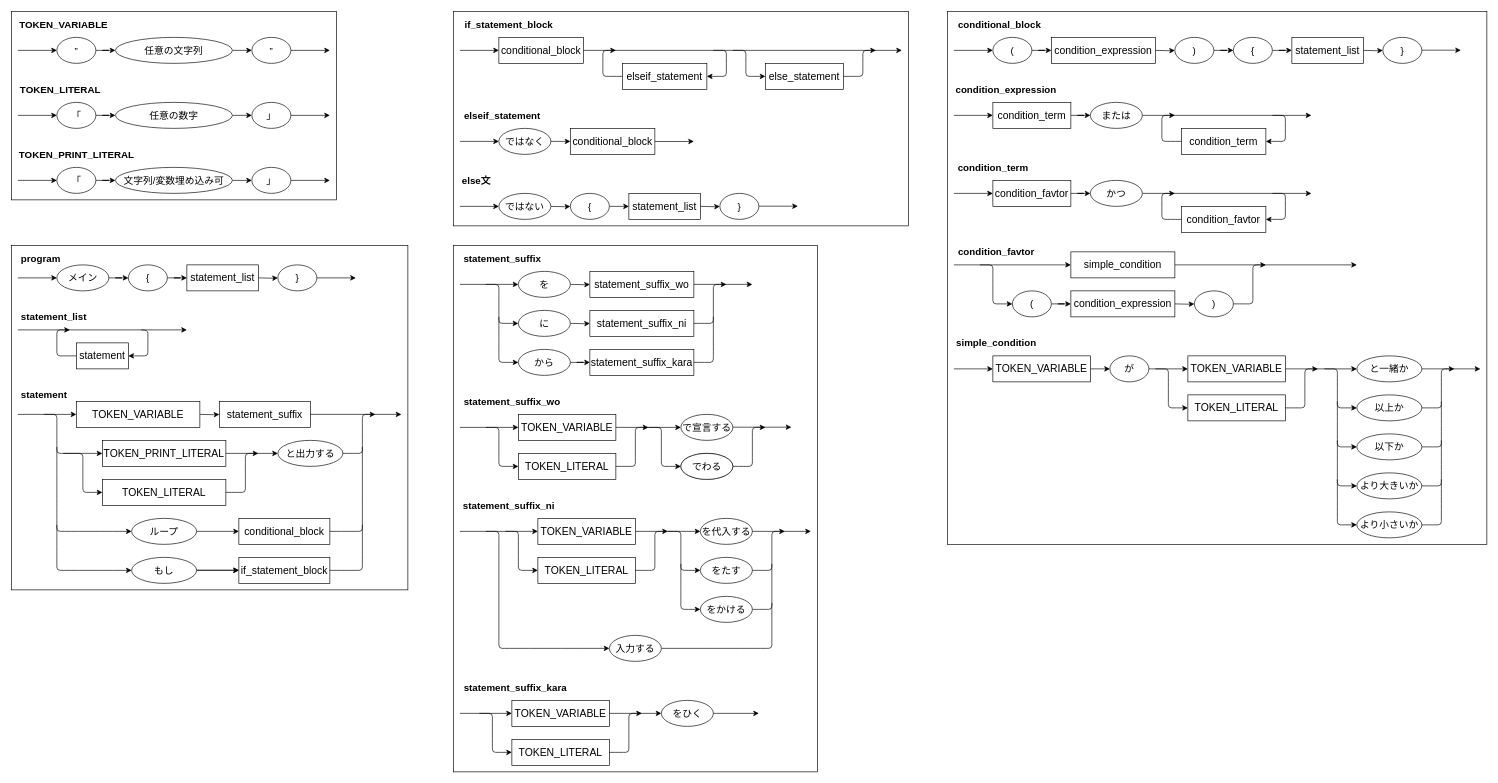
Before: docs/japanese_c_lang.drawio in NAoMi-1242/japanese_c_lang, a draw.io diagram. Source tidied: cells renumbered, new cells numbered last; positions are measured from the earlier drawing's top-left corner, leaving out a move shared by most shapes. Both pictures are drawn from the tidied source at 65%, with x=0, y=0 at pixel (11, 11).
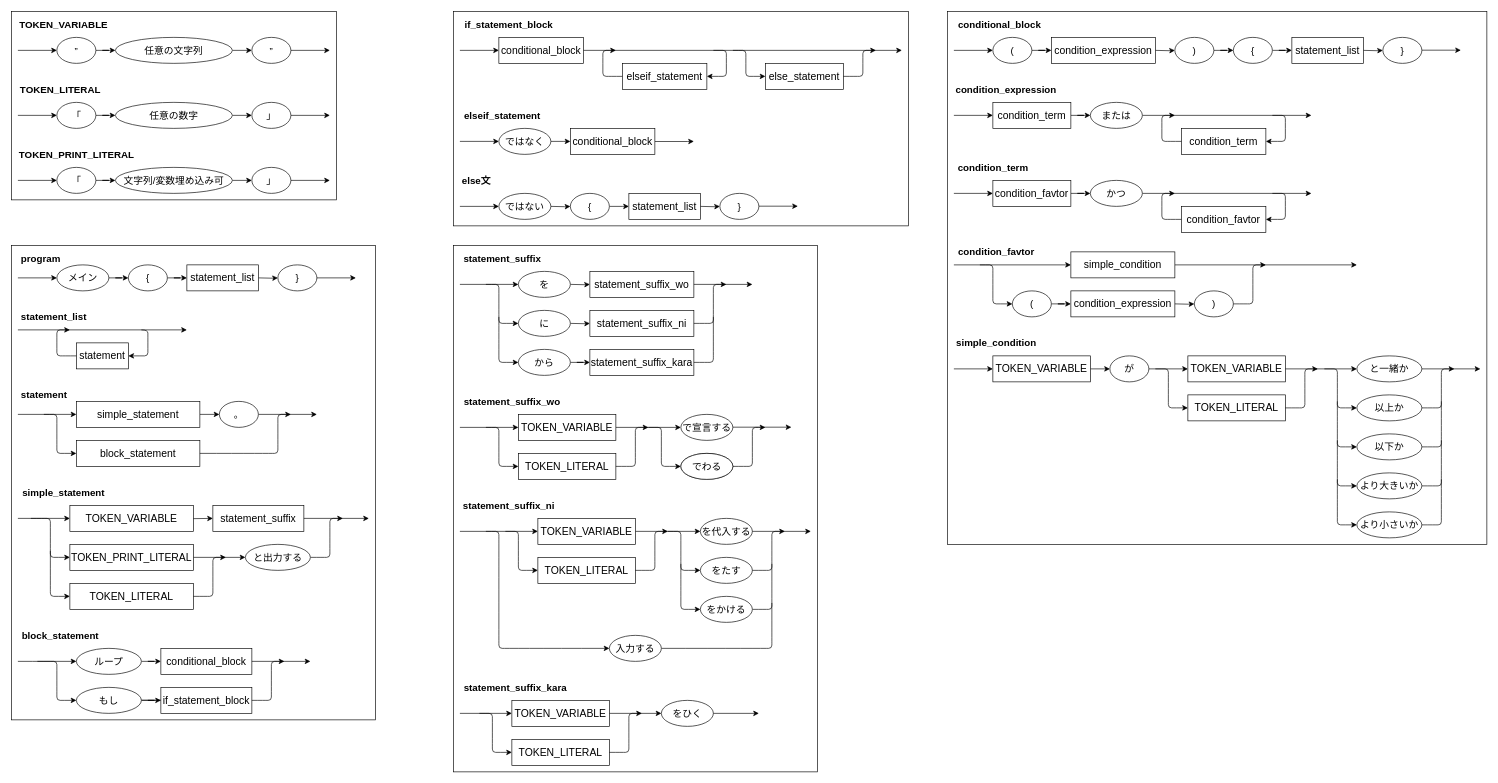
After the change.

What changed in the source:
```diff
@@
     <mxCell id="6" style="rounded=0;whiteSpace=wrap;html=1;" parent="1" vertex="1">
-      <mxGeometry y="360" width="610" height="530" as="geometry" />
+      <mxGeometry y="360" width="560" height="730" as="geometry" />
     </mxCell>
@@
-    <mxCell id="22" value="statement" style="text;strokeColor=none;fillColor=none;html=1;fontSize=15;fontStyle=1;verticalAlign=middle;align=center;" parent="1" vertex="1">
-      <mxGeometry x="10" y="580" width="80" height="20" as="geometry" />
+    <mxCell id="22" value="simple_statement" style="text;strokeColor=none;fillColor=none;html=1;fontSize=15;fontStyle=1;verticalAlign=middle;align=center;" parent="1" vertex="1">
+      <mxGeometry x="10" y="730" width="140" height="20" as="geometry" />
     </mxCell>
     <mxCell id="23" style="endArrow=classic;html=1;rounded=0;entryX=0;entryY=0.5;entryDx=0;entryDy=0;" parent="1" edge="1" target="26">
       <mxGeometry relative="1" as="geometry">
-        <mxPoint x="10" y="620" as="sourcePoint" />
+        <mxPoint x="10" y="780" as="sourcePoint" />
       </mxGeometry>
     </mxCell>
-    <mxCell id="24" style="curved=1;endArrow=classic;html=1;rounded=0;entryX=0;entryY=0.5;entryDx=0;entryDy=0;" parent="1" edge="1" target="28">
-      <mxGeometry relative="1" as="geometry">
-        <mxPoint x="50" y="620" as="sourcePoint" />
-        <Array as="points">
-          <mxPoint x="60" y="620" />
-          <mxPoint x="70" y="620" />
-          <mxPoint x="70" y="630" />
-          <mxPoint x="70" y="670" />
-          <mxPoint x="70" y="680" />
-          <mxPoint x="80" y="680" />
-        </Array>
-      </mxGeometry>
-    </mxCell>
     <mxCell id="25" style="edgeStyle=orthogonalEdgeStyle;rounded=0;jettySize=auto;html=1;" parent="1" edge="1" target="36">
       <mxGeometry relative="1" as="geometry">
-        <mxPoint x="290" y="620" as="sourcePoint" />
+        <mxPoint x="240" y="780" as="sourcePoint" />
       </mxGeometry>
     </mxCell>
     <mxCell id="26" value="TOKEN_VARIABLE" style="rounded=0;whiteSpace=wrap;html=1;fontSize=16;" parent="1" vertex="1">
-      <mxGeometry x="100" y="600" width="190" height="40" as="geometry" />
+      <mxGeometry x="90" y="760" width="190" height="40" as="geometry" />
     </mxCell>
@@
     <mxCell id="28" value="TOKEN_PRINT_LITERAL" style="rounded=0;whiteSpace=wrap;html=1;fontSize=16;" parent="1" vertex="1">
-      <mxGeometry x="140" y="660" width="190" height="40" as="geometry" />
+      <mxGeometry x="90" y="820" width="190" height="40" as="geometry" />
     </mxCell>
-    <mxCell id="29" style="edgeStyle=orthogonalEdgeStyle;rounded=0;jettySize=auto;html=1;exitX=1;exitY=0.5;exitDx=0;exitDy=0;" parent="1" edge="1" source="30" target="37">
-      <mxGeometry relative="1" as="geometry" />
-    </mxCell>
-    <mxCell id="30" value="ループ" style="ellipse;whiteSpace=wrap;html=1;fontSize=15;" parent="1" vertex="1">
-      <mxGeometry x="185" y="780" width="100" height="40" as="geometry" />
-    </mxCell>
-    <mxCell id="31" style="edgeStyle=orthogonalEdgeStyle;rounded=0;orthogonalLoop=1;jettySize=auto;html=1;exitX=1;exitY=0.5;exitDx=0;exitDy=0;" parent="1" edge="1">
-      <mxGeometry relative="1" as="geometry">
-        <mxPoint x="275" y="859.7" as="sourcePoint" />
-        <mxPoint x="350" y="859.7" as="targetPoint" />
-      </mxGeometry>
-    </mxCell>
-    <mxCell id="32" style="edgeStyle=orthogonalEdgeStyle;rounded=0;jettySize=auto;html=1;exitX=1;exitY=0.5;exitDx=0;exitDy=0;" parent="1" edge="1" source="33" target="38">
-      <mxGeometry relative="1" as="geometry" />
-    </mxCell>
-    <mxCell id="33" value="もし" style="ellipse;whiteSpace=wrap;html=1;fontSize=15;" parent="1" vertex="1">
-      <mxGeometry x="185" y="840" width="100" height="40" as="geometry" />
-    </mxCell>
-    <mxCell id="34" style="curved=1;endArrow=classic;html=1;rounded=0;entryX=0;entryY=0.5;entryDx=0;entryDy=0;" parent="1" edge="1" target="30">
-      <mxGeometry relative="1" as="geometry">
-        <mxPoint x="70" y="670" as="sourcePoint" />
-        <Array as="points">
-          <mxPoint x="70" y="760" />
-          <mxPoint x="70" y="770" />
-          <mxPoint x="70" y="790" />
-          <mxPoint x="70" y="800" />
-          <mxPoint x="80" y="800" />
-        </Array>
-      </mxGeometry>
-    </mxCell>
-    <mxCell id="35" style="curved=1;endArrow=classic;html=1;rounded=0;entryX=0;entryY=0.5;entryDx=0;entryDy=0;" parent="1" edge="1" target="33">
-      <mxGeometry relative="1" as="geometry">
-        <mxPoint x="70" y="790" as="sourcePoint" />
-        <Array as="points">
-          <mxPoint x="70" y="820" />
-          <mxPoint x="70" y="830" />
-          <mxPoint x="70" y="850" />
-          <mxPoint x="70" y="860" />
-          <mxPoint x="80" y="860" />
-        </Array>
-      </mxGeometry>
-    </mxCell>
     <mxCell id="36" value="statement_suffix" style="rounded=0;whiteSpace=wrap;html=1;fontSize=16;" parent="1" vertex="1">
-      <mxGeometry x="320" y="600" width="140" height="40" as="geometry" />
+      <mxGeometry x="310" y="760" width="140" height="40" as="geometry" />
     </mxCell>
-    <mxCell id="37" value="conditional_block" style="rounded=0;whiteSpace=wrap;html=1;fontSize=16;" parent="1" vertex="1">
-      <mxGeometry x="350" y="780" width="140" height="40" as="geometry" />
-    </mxCell>
-    <mxCell id="38" value="if_statement_block" style="rounded=0;whiteSpace=wrap;html=1;fontSize=16;" parent="1" vertex="1">
-      <mxGeometry x="350" y="840" width="140" height="40" as="geometry" />
-    </mxCell>
     <mxCell id="39" style="curved=1;endArrow=classic;html=1;rounded=0;" parent="1" edge="1">
       <mxGeometry relative="1" as="geometry">
-        <mxPoint x="510" y="680" as="sourcePoint" />
-        <mxPoint x="560" y="620" as="targetPoint" />
+        <mxPoint x="460" y="840" as="sourcePoint" />
+        <mxPoint x="510" y="780" as="targetPoint" />
         <Array as="points">
-          <mxPoint x="530" y="680" />
-          <mxPoint x="540" y="680" />
-          <mxPoint x="540" y="670" />
-          <mxPoint x="540" y="630" />
-          <mxPoint x="540" y="620" />
-          <mxPoint x="550" y="620" />
+          <mxPoint x="480" y="840" />
+          <mxPoint x="490" y="840" />
+          <mxPoint x="490" y="830" />
+          <mxPoint x="490" y="790" />
+          <mxPoint x="490" y="780" />
+          <mxPoint x="500" y="780" />
         </Array>
       </mxGeometry>
     </mxCell>
-    <mxCell id="40" style="curved=1;endArrow=none;html=1;rounded=0;endFill=0;exitX=1;exitY=0.5;exitDx=0;exitDy=0;" parent="1" edge="1" source="37">
-      <mxGeometry relative="1" as="geometry">
-        <mxPoint x="540" y="670" as="targetPoint" />
-        <Array as="points">
-          <mxPoint x="530" y="800" />
-          <mxPoint x="540" y="800" />
-          <mxPoint x="540" y="790" />
-        </Array>
-      </mxGeometry>
-    </mxCell>
-    <mxCell id="41" style="curved=1;endArrow=none;html=1;rounded=0;endFill=0;exitX=1;exitY=0.5;exitDx=0;exitDy=0;" parent="1" edge="1" source="38">
-      <mxGeometry relative="1" as="geometry">
-        <mxPoint x="540" y="790" as="targetPoint" />
-        <Array as="points">
-          <mxPoint x="530" y="860" />
-          <mxPoint x="540" y="860" />
-          <mxPoint x="540" y="850" />
-        </Array>
-      </mxGeometry>
-    </mxCell>
@@
     <mxCell id="93" style="endArrow=classic;html=1;rounded=0;exitX=1;exitY=0.5;exitDx=0;exitDy=0;" parent="1" edge="1" source="36">
       <mxGeometry relative="1" as="geometry">
-        <mxPoint x="600" y="620" as="targetPoint" />
+        <mxPoint x="550" y="780" as="targetPoint" />
       </mxGeometry>
     </mxCell>
@@
     <mxCell id="104" value="と出力する" style="ellipse;whiteSpace=wrap;html=1;fontSize=15;" parent="1" vertex="1">
-      <mxGeometry x="410" y="660" width="100" height="40" as="geometry" />
+      <mxGeometry x="360" y="820" width="100" height="40" as="geometry" />
     </mxCell>
@@
     <mxCell id="218" style="curved=1;endArrow=classic;html=1;rounded=0;entryX=0;entryY=0.5;entryDx=0;entryDy=0;" parent="1" edge="1">
       <mxGeometry relative="1" as="geometry">
-        <mxPoint x="80" y="680" as="sourcePoint" />
-        <mxPoint x="140" y="740" as="targetPoint" />
+        <mxPoint x="30" y="780" as="sourcePoint" />
+        <mxPoint x="90" y="840" as="targetPoint" />
         <Array as="points">
-          <mxPoint x="100" y="680" />
-          <mxPoint x="110" y="680" />
-          <mxPoint x="110" y="690" />
-          <mxPoint x="110" y="730" />
-          <mxPoint x="110" y="740" />
-          <mxPoint x="120" y="740" />
+          <mxPoint x="50" y="780" />
+          <mxPoint x="60" y="780" />
+          <mxPoint x="60" y="790" />
+          <mxPoint x="60" y="830" />
+          <mxPoint x="60" y="840" />
+          <mxPoint x="70" y="840" />
         </Array>
       </mxGeometry>
     </mxCell>
     <mxCell id="219" value="TOKEN_LITERAL" style="rounded=0;whiteSpace=wrap;html=1;fontSize=16;" parent="1" vertex="1">
-      <mxGeometry x="140" y="720" width="190" height="40" as="geometry" />
+      <mxGeometry x="90" y="880" width="190" height="40" as="geometry" />
     </mxCell>
     <mxCell id="220" style="curved=1;endArrow=classic;html=1;rounded=0;exitX=1;exitY=0.5;exitDx=0;exitDy=0;" parent="1" edge="1">
       <mxGeometry relative="1" as="geometry">
-        <mxPoint x="330" y="740" as="sourcePoint" />
-        <mxPoint x="380" y="680" as="targetPoint" />
+        <mxPoint x="280" y="900" as="sourcePoint" />
+        <mxPoint x="330" y="840" as="targetPoint" />
         <Array as="points">
-          <mxPoint x="350" y="740" />
-          <mxPoint x="360" y="740" />
-          <mxPoint x="360" y="730" />
-          <mxPoint x="360" y="690" />
-          <mxPoint x="360" y="680" />
-          <mxPoint x="370" y="680" />
+          <mxPoint x="300" y="900" />
+          <mxPoint x="310" y="900" />
+          <mxPoint x="310" y="890" />
+          <mxPoint x="310" y="850" />
+          <mxPoint x="310" y="840" />
+          <mxPoint x="320" y="840" />
         </Array>
       </mxGeometry>
     </mxCell>
+    <mxCell id="221" value="block_statement" style="text;strokeColor=none;fillColor=none;html=1;fontSize=15;fontStyle=1;verticalAlign=middle;align=center;" parent="1" vertex="1">
+      <mxGeometry x="10" y="950" width="130" height="20" as="geometry" />
+    </mxCell>
+    <mxCell id="222" style="endArrow=classic;html=1;rounded=0;entryX=0;entryY=0.5;entryDx=0;entryDy=0;" parent="1" edge="1" target="30">
+      <mxGeometry relative="1" as="geometry">
+        <mxPoint x="40" y="1000" as="sourcePoint" />
+      </mxGeometry>
+    </mxCell>
+    <mxCell id="29" style="edgeStyle=orthogonalEdgeStyle;rounded=0;jettySize=auto;html=1;exitX=1;exitY=0.5;exitDx=0;exitDy=0;" parent="1" edge="1" source="30" target="37">
+      <mxGeometry relative="1" as="geometry" />
+    </mxCell>
+    <mxCell id="30" value="ループ" style="ellipse;whiteSpace=wrap;html=1;fontSize=15;" parent="1" vertex="1">
+      <mxGeometry x="100" y="980" width="100" height="40" as="geometry" />
+    </mxCell>
+    <mxCell id="223" style="edgeStyle=orthogonalEdgeStyle;rounded=0;orthogonalLoop=1;jettySize=auto;html=1;exitX=1;exitY=0.5;exitDx=0;exitDy=0;" parent="1" edge="1">
+      <mxGeometry relative="1" as="geometry">
+        <mxPoint x="195" y="1059.7" as="sourcePoint" />
+        <mxPoint x="270" y="1059.7" as="targetPoint" />
+      </mxGeometry>
+    </mxCell>
+    <mxCell id="32" style="edgeStyle=orthogonalEdgeStyle;rounded=0;jettySize=auto;html=1;exitX=1;exitY=0.5;exitDx=0;exitDy=0;" parent="1" edge="1" source="33" target="38">
+      <mxGeometry relative="1" as="geometry" />
+    </mxCell>
+    <mxCell id="33" value="もし" style="ellipse;whiteSpace=wrap;html=1;fontSize=15;" parent="1" vertex="1">
+      <mxGeometry x="100" y="1040" width="100" height="40" as="geometry" />
+    </mxCell>
+    <mxCell id="37" value="conditional_block" style="rounded=0;whiteSpace=wrap;html=1;fontSize=16;" parent="1" vertex="1">
+      <mxGeometry x="230" y="980" width="140" height="40" as="geometry" />
+    </mxCell>
+    <mxCell id="38" value="if_statement_block" style="rounded=0;whiteSpace=wrap;html=1;fontSize=16;" parent="1" vertex="1">
+      <mxGeometry x="230" y="1040" width="140" height="40" as="geometry" />
+    </mxCell>
+    <mxCell id="224" style="endArrow=classic;html=1;rounded=0;exitX=1;exitY=0.5;exitDx=0;exitDy=0;" parent="1" edge="1" source="37">
+      <mxGeometry relative="1" as="geometry">
+        <mxPoint x="460" y="1000" as="targetPoint" />
+      </mxGeometry>
+    </mxCell>
+    <mxCell id="225" value="statement" style="text;strokeColor=none;fillColor=none;html=1;fontSize=15;fontStyle=1;verticalAlign=middle;align=center;" parent="1" vertex="1">
+      <mxGeometry x="10" y="580" width="80" height="20" as="geometry" />
+    </mxCell>
+    <mxCell id="226" style="endArrow=classic;html=1;rounded=0;entryX=0;entryY=0.5;entryDx=0;entryDy=0;" parent="1" edge="1" target="229">
+      <mxGeometry relative="1" as="geometry">
+        <mxPoint x="10" y="620" as="sourcePoint" />
+      </mxGeometry>
+    </mxCell>
+    <mxCell id="227" style="curved=1;endArrow=classic;html=1;rounded=0;entryX=0;entryY=0.5;entryDx=0;entryDy=0;" parent="1" edge="1" target="230">
+      <mxGeometry relative="1" as="geometry">
+        <mxPoint x="50" y="620" as="sourcePoint" />
+        <Array as="points">
+          <mxPoint x="60" y="620" />
+          <mxPoint x="70" y="620" />
+          <mxPoint x="70" y="630" />
+          <mxPoint x="70" y="670" />
+          <mxPoint x="70" y="680" />
+          <mxPoint x="80" y="680" />
+        </Array>
+      </mxGeometry>
+    </mxCell>
+    <mxCell id="228" style="edgeStyle=orthogonalEdgeStyle;rounded=0;orthogonalLoop=1;jettySize=auto;html=1;" parent="1" edge="1">
+      <mxGeometry relative="1" as="geometry">
+        <mxPoint x="290" y="620" as="sourcePoint" />
+        <mxPoint x="320" y="620" as="targetPoint" />
+      </mxGeometry>
+    </mxCell>
+    <mxCell id="229" value="simple_statement" style="rounded=0;whiteSpace=wrap;html=1;fontSize=16;" parent="1" vertex="1">
+      <mxGeometry x="100" y="600" width="190" height="40" as="geometry" />
+    </mxCell>
+    <mxCell id="230" value="block_statement" style="rounded=0;whiteSpace=wrap;html=1;fontSize=16;" parent="1" vertex="1">
+      <mxGeometry x="100" y="660" width="190" height="40" as="geometry" />
+    </mxCell>
+    <mxCell id="231" style="curved=1;endArrow=classic;html=1;rounded=0;exitX=1;exitY=0.5;exitDx=0;exitDy=0;" parent="1" edge="1" source="230">
+      <mxGeometry relative="1" as="geometry">
+        <mxPoint x="430" y="620" as="targetPoint" />
+        <Array as="points">
+          <mxPoint x="400" y="680" />
+          <mxPoint x="410" y="680" />
+          <mxPoint x="410" y="670" />
+          <mxPoint x="410" y="630" />
+          <mxPoint x="410" y="620" />
+          <mxPoint x="420" y="620" />
+        </Array>
+      </mxGeometry>
+    </mxCell>
+    <mxCell id="232" style="endArrow=classic;html=1;rounded=0;exitX=1;exitY=0.5;exitDx=0;exitDy=0;" parent="1" edge="1">
+      <mxGeometry relative="1" as="geometry">
+        <mxPoint x="380" y="620" as="sourcePoint" />
+        <mxPoint x="470" y="620" as="targetPoint" />
+      </mxGeometry>
+    </mxCell>
+    <mxCell id="233" value="。" style="ellipse;whiteSpace=wrap;html=1;fontSize=15;" parent="1" vertex="1">
+      <mxGeometry x="320" y="600" width="60" height="40" as="geometry" />
+    </mxCell>
+    <mxCell id="234" style="curved=1;endArrow=classic;html=1;rounded=0;entryX=0;entryY=0.5;entryDx=0;entryDy=0;" parent="1" edge="1">
+      <mxGeometry relative="1" as="geometry">
+        <mxPoint x="10" y="1000" as="sourcePoint" />
+        <mxPoint x="100" y="1060" as="targetPoint" />
+        <Array as="points">
+          <mxPoint x="60" y="1000" />
+          <mxPoint x="70" y="1000" />
+          <mxPoint x="70" y="1010" />
+          <mxPoint x="70" y="1050" />
+          <mxPoint x="70" y="1060" />
+          <mxPoint x="80" y="1060" />
+        </Array>
+      </mxGeometry>
+    </mxCell>
+    <mxCell id="235" style="curved=1;endArrow=classic;html=1;rounded=0;exitX=1;exitY=0.5;exitDx=0;exitDy=0;" parent="1" edge="1">
+      <mxGeometry relative="1" as="geometry">
+        <mxPoint x="370" y="1060" as="sourcePoint" />
+        <mxPoint x="420" y="1000" as="targetPoint" />
+        <Array as="points">
+          <mxPoint x="390" y="1060" />
+          <mxPoint x="400" y="1060" />
+          <mxPoint x="400" y="1050" />
+          <mxPoint x="400" y="1010" />
+          <mxPoint x="400" y="1000" />
+          <mxPoint x="410" y="1000" />
+        </Array>
+      </mxGeometry>
+    </mxCell>
+    <mxCell id="236" style="curved=1;endArrow=classic;html=1;rounded=0;entryX=0;entryY=0.5;entryDx=0;entryDy=0;" parent="1" edge="1">
+      <mxGeometry relative="1" as="geometry">
+        <mxPoint x="60" y="830" as="sourcePoint" />
+        <mxPoint x="90" y="900" as="targetPoint" />
+        <Array as="points">
+          <mxPoint x="60" y="890" />
+          <mxPoint x="60" y="900" />
+          <mxPoint x="70" y="900" />
+        </Array>
+      </mxGeometry>
+    </mxCell>
```
